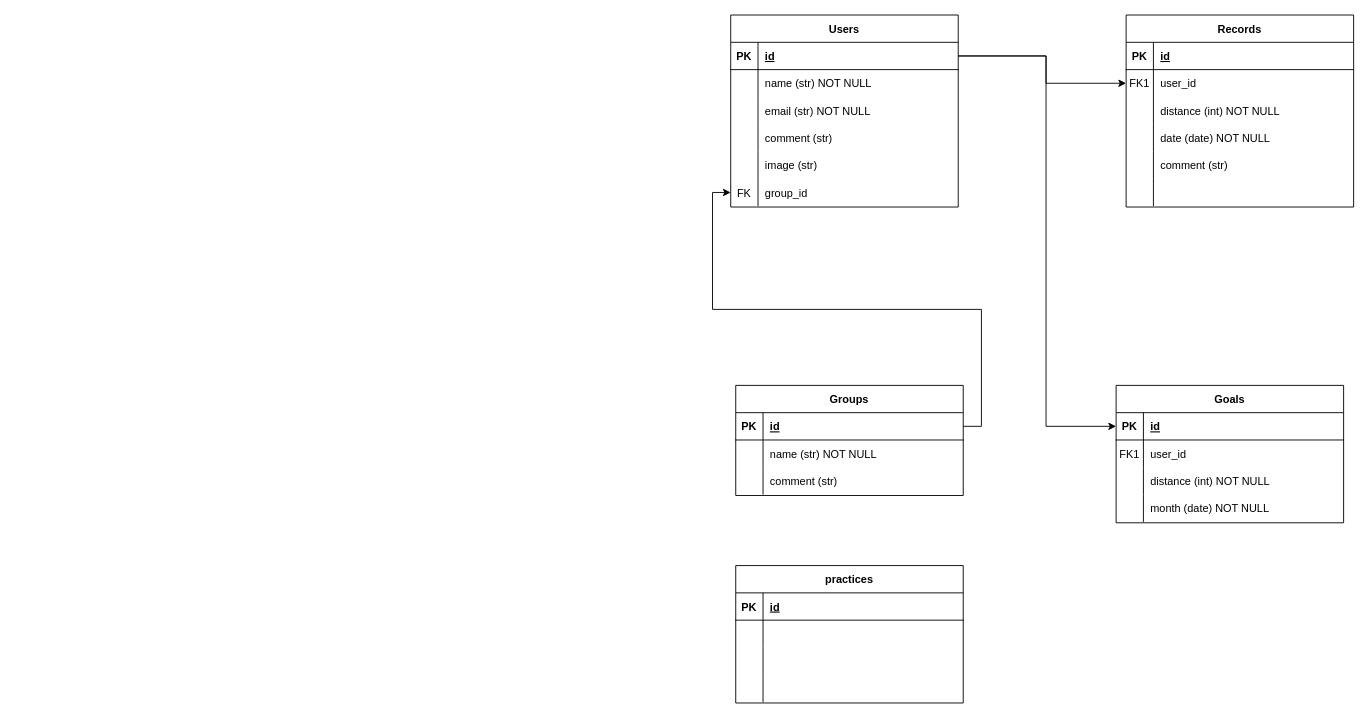
This is 00 Sparta/Runmates.drawio from hata-junnosuke/TIL, a draw.io file, before an edit. Source tidied: cells renumbered, new cells numbered last; positions are measured from the earlier drawing's top-left corner, leaving out a move shared by most shapes. Both pictures are drawn from the tidied source at 91%, with x=0, y=0 at pixel (731, 15).
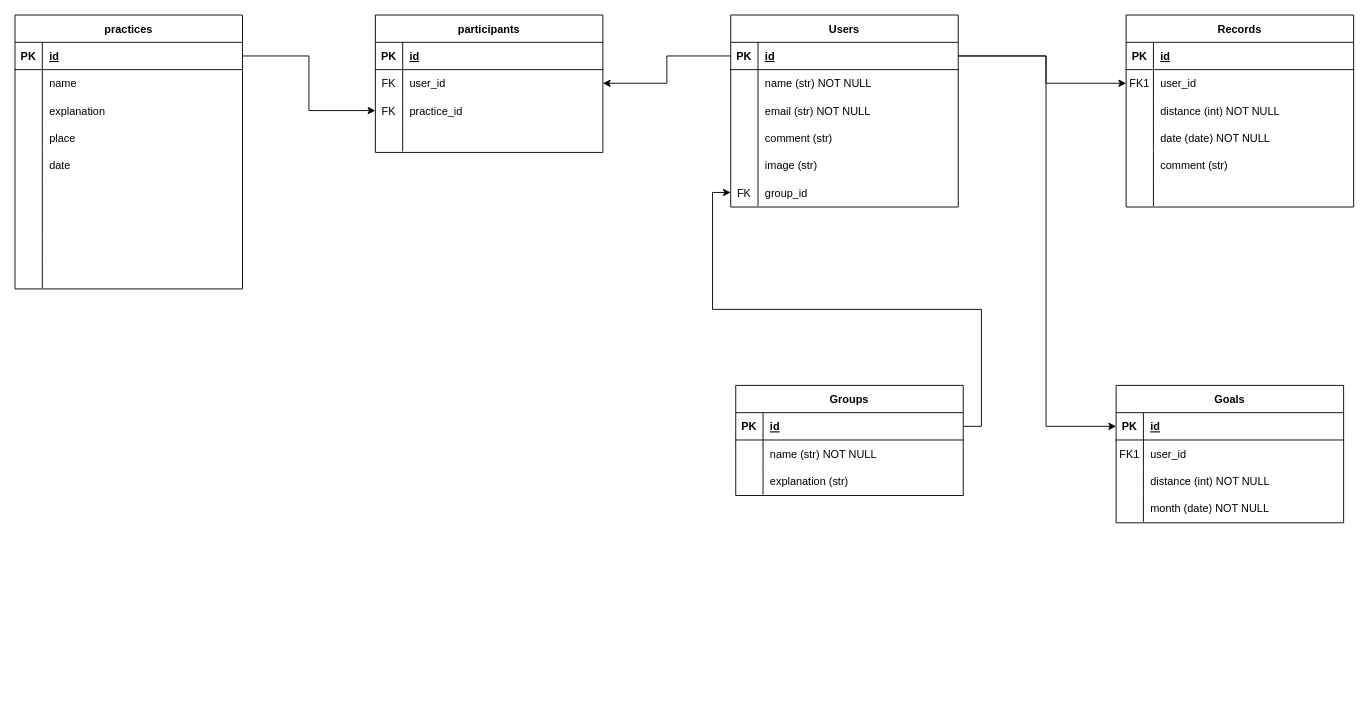
The same page after the edit.

Commit message:
Runmates.drawio を更新します

The change refers to these unchanged cells:
```xml
<mxCell id="9" style="shape=partialRectangle;fillColor=none;top=0;left=0;right=0;bottom=0;" parent="2" vertex="1">
  <mxGeometry y="90" width="250" height="30" as="geometry" />
</mxCell>
<mxCell id="26" style="shape=partialRectangle;fillColor=none;points=[[0,0.5],[1,0.5]];portConstraint=eastwest;top=0;left=0;right=0;bottom=1;" parent="25" vertex="1">
  <mxGeometry y="30" width="250" height="30" as="geometry" />
</mxCell>
<mxCell id="67" style="shape=partialRectangle;fillColor=none;points=[[0,0.5],[1,0.5]];portConstraint=eastwest;top=0;left=0;right=0;bottom=1;" parent="66" vertex="1">
  <mxGeometry y="30" width="250" height="30" as="geometry" />
</mxCell>
<mxCell id="70" style="shape=partialRectangle;fillColor=none;top=0;left=0;right=0;bottom=0;" parent="66" vertex="1">
  <mxGeometry y="60" width="250" height="30" as="geometry" />
</mxCell>
<mxCell id="73" style="shape=partialRectangle;fillColor=none;top=0;left=0;right=0;bottom=0;" parent="66" vertex="1">
  <mxGeometry y="90" width="250" height="30" as="geometry" />
</mxCell>
<mxCell id="76" style="shape=partialRectangle;fillColor=none;top=0;left=0;right=0;bottom=0;" parent="66" vertex="1">
  <mxGeometry y="120" width="250" height="30" as="geometry" />
</mxCell>
```

The edit, as a diff of the source:
```diff
@@
-    <mxCell id="11" value="comment (str)" style="shape=partialRectangle;overflow=hidden;fillColor=none;top=0;left=0;bottom=0;right=0;align=left;spacingLeft=6;" parent="9" vertex="1">
+    <mxCell id="11" value="explanation (str)" style="shape=partialRectangle;overflow=hidden;fillColor=none;top=0;left=0;bottom=0;right=0;align=left;spacingLeft=6;" parent="9" vertex="1">
       <mxGeometry x="30" width="220" height="30" as="geometry" />
     </mxCell>
@@
     <mxCell id="66" value="practices" style="shape=table;startSize=30;childLayout=tableLayout;rowLines=0;fontStyle=1;align=center;" parent="1" vertex="1">
-      <mxGeometry x="5" y="605" width="250" height="151" as="geometry" />
+      <mxGeometry x="-787" width="250" height="301" as="geometry" />
     </mxCell>
@@
-    <mxCell id="72" style="shape=partialRectangle;overflow=hidden;fillColor=none;top=0;left=0;bottom=0;right=0;align=left;spacingLeft=6;" parent="70" vertex="1">
+    <mxCell id="72" value="name" style="shape=partialRectangle;overflow=hidden;fillColor=none;top=0;left=0;bottom=0;right=0;align=left;spacingLeft=6;" parent="70" vertex="1">
       <mxGeometry x="30" width="220" height="30" as="geometry" />
     </mxCell>
@@
-    <mxCell id="75" style="shape=partialRectangle;overflow=hidden;fillColor=none;top=0;left=0;bottom=0;right=0;align=left;spacingLeft=6;" parent="73" vertex="1">
+    <mxCell id="75" value="explanation" style="shape=partialRectangle;overflow=hidden;fillColor=none;top=0;left=0;bottom=0;right=0;align=left;spacingLeft=6;" parent="73" vertex="1">
       <mxGeometry x="30" width="220" height="30" as="geometry" />
     </mxCell>
@@
-    <mxCell id="78" style="shape=partialRectangle;overflow=hidden;fillColor=none;top=0;left=0;bottom=0;right=0;align=left;spacingLeft=6;" parent="76" vertex="1">
+    <mxCell id="78" value="place" style="shape=partialRectangle;overflow=hidden;fillColor=none;top=0;left=0;bottom=0;right=0;align=left;spacingLeft=6;" parent="76" vertex="1">
       <mxGeometry x="30" width="220" height="30" as="geometry" />
     </mxCell>
+    <mxCell id="79" style="shape=partialRectangle;fillColor=none;top=0;left=0;right=0;bottom=0;" parent="66" vertex="1">
+      <mxGeometry y="150" width="250" height="30" as="geometry" />
+    </mxCell>
+    <mxCell id="80" style="shape=partialRectangle;overflow=hidden;fillColor=none;top=0;left=0;bottom=0;right=0;" parent="79" vertex="1">
+      <mxGeometry width="30" height="30" as="geometry" />
+    </mxCell>
+    <mxCell id="81" value="date" style="shape=partialRectangle;overflow=hidden;fillColor=none;top=0;left=0;bottom=0;right=0;align=left;spacingLeft=6;" parent="79" vertex="1">
+      <mxGeometry x="30" width="220" height="30" as="geometry" />
+    </mxCell>
+    <mxCell id="82" style="shape=partialRectangle;fillColor=none;top=0;left=0;right=0;bottom=0;" parent="66" vertex="1">
+      <mxGeometry y="180" width="250" height="30" as="geometry" />
+    </mxCell>
+    <mxCell id="83" style="shape=partialRectangle;overflow=hidden;fillColor=none;top=0;left=0;bottom=0;right=0;" parent="82" vertex="1">
+      <mxGeometry width="30" height="30" as="geometry" />
+    </mxCell>
+    <mxCell id="84" style="shape=partialRectangle;overflow=hidden;fillColor=none;top=0;left=0;bottom=0;right=0;align=left;spacingLeft=6;" parent="82" vertex="1">
+      <mxGeometry x="30" width="220" height="30" as="geometry" />
+    </mxCell>
+    <mxCell id="85" style="shape=partialRectangle;fillColor=none;top=0;left=0;right=0;bottom=0;" parent="66" vertex="1">
+      <mxGeometry y="210" width="250" height="30" as="geometry" />
+    </mxCell>
+    <mxCell id="86" style="shape=partialRectangle;overflow=hidden;fillColor=none;top=0;left=0;bottom=0;right=0;" parent="85" vertex="1">
+      <mxGeometry width="30" height="30" as="geometry" />
+    </mxCell>
+    <mxCell id="87" style="shape=partialRectangle;overflow=hidden;fillColor=none;top=0;left=0;bottom=0;right=0;align=left;spacingLeft=6;" parent="85" vertex="1">
+      <mxGeometry x="30" width="220" height="30" as="geometry" />
+    </mxCell>
+    <mxCell id="88" style="shape=partialRectangle;fillColor=none;top=0;left=0;right=0;bottom=0;" parent="66" vertex="1">
+      <mxGeometry y="240" width="250" height="30" as="geometry" />
+    </mxCell>
+    <mxCell id="89" style="shape=partialRectangle;overflow=hidden;fillColor=none;top=0;left=0;bottom=0;right=0;" parent="88" vertex="1">
+      <mxGeometry width="30" height="30" as="geometry" />
+    </mxCell>
+    <mxCell id="90" style="shape=partialRectangle;overflow=hidden;fillColor=none;top=0;left=0;bottom=0;right=0;align=left;spacingLeft=6;" parent="88" vertex="1">
+      <mxGeometry x="30" width="220" height="30" as="geometry" />
+    </mxCell>
+    <mxCell id="91" style="shape=partialRectangle;fillColor=none;top=0;left=0;right=0;bottom=0;" parent="66" vertex="1">
+      <mxGeometry y="270" width="250" height="30" as="geometry" />
+    </mxCell>
+    <mxCell id="92" style="shape=partialRectangle;overflow=hidden;fillColor=none;top=0;left=0;bottom=0;right=0;" parent="91" vertex="1">
+      <mxGeometry width="30" height="30" as="geometry" />
+    </mxCell>
+    <mxCell id="93" style="shape=partialRectangle;overflow=hidden;fillColor=none;top=0;left=0;bottom=0;right=0;align=left;spacingLeft=6;" parent="91" vertex="1">
+      <mxGeometry x="30" width="220" height="30" as="geometry" />
+    </mxCell>
+    <mxCell id="94" value="participants" style="shape=table;startSize=30;childLayout=tableLayout;rowLines=0;fontStyle=1;align=center;" parent="1" vertex="1">
+      <mxGeometry x="-391" width="250" height="151" as="geometry" />
+    </mxCell>
+    <mxCell id="95" style="shape=partialRectangle;fillColor=none;top=0;left=0;right=0;bottom=1;" parent="94" vertex="1">
+      <mxGeometry y="30" width="250" height="30" as="geometry" />
+    </mxCell>
+    <mxCell id="96" value="PK" style="shape=partialRectangle;overflow=hidden;fillColor=none;top=0;left=0;bottom=0;right=0;fontStyle=1;" parent="95" vertex="1">
+      <mxGeometry width="30" height="30" as="geometry" />
+    </mxCell>
+    <mxCell id="97" value="id" style="shape=partialRectangle;overflow=hidden;fillColor=none;top=0;left=0;bottom=0;right=0;align=left;spacingLeft=6;fontStyle=5;" parent="95" vertex="1">
+      <mxGeometry x="30" width="220" height="30" as="geometry" />
+    </mxCell>
+    <mxCell id="98" style="shape=partialRectangle;fillColor=none;points=[[0,0.5],[1,0.5]];portConstraint=eastwest;top=0;left=0;right=0;bottom=0;" parent="94" vertex="1">
+      <mxGeometry y="60" width="250" height="30" as="geometry" />
+    </mxCell>
+    <mxCell id="99" value="FK" style="shape=partialRectangle;overflow=hidden;fillColor=none;top=0;left=0;bottom=0;right=0;" parent="98" vertex="1">
+      <mxGeometry width="30" height="30" as="geometry" />
+    </mxCell>
+    <mxCell id="100" value="user_id" style="shape=partialRectangle;overflow=hidden;fillColor=none;top=0;left=0;bottom=0;right=0;align=left;spacingLeft=6;" parent="98" vertex="1">
+      <mxGeometry x="30" width="220" height="30" as="geometry" />
+    </mxCell>
+    <mxCell id="101" style="shape=partialRectangle;fillColor=none;points=[[0,0.5],[1,0.5]];portConstraint=eastwest;top=0;left=0;right=0;bottom=0;" parent="94" vertex="1">
+      <mxGeometry y="90" width="250" height="30" as="geometry" />
+    </mxCell>
+    <mxCell id="102" value="FK" style="shape=partialRectangle;overflow=hidden;fillColor=none;top=0;left=0;bottom=0;right=0;" parent="101" vertex="1">
+      <mxGeometry width="30" height="30" as="geometry" />
+    </mxCell>
+    <mxCell id="103" value="practice_id" style="shape=partialRectangle;overflow=hidden;fillColor=none;top=0;left=0;bottom=0;right=0;align=left;spacingLeft=6;" parent="101" vertex="1">
+      <mxGeometry x="30" width="220" height="30" as="geometry" />
+    </mxCell>
+    <mxCell id="104" style="shape=partialRectangle;fillColor=none;top=0;left=0;right=0;bottom=0;" parent="94" vertex="1">
+      <mxGeometry y="120" width="250" height="30" as="geometry" />
+    </mxCell>
+    <mxCell id="105" style="shape=partialRectangle;overflow=hidden;fillColor=none;top=0;left=0;bottom=0;right=0;" parent="104" vertex="1">
+      <mxGeometry width="30" height="30" as="geometry" />
+    </mxCell>
+    <mxCell id="106" style="shape=partialRectangle;overflow=hidden;fillColor=none;top=0;left=0;bottom=0;right=0;align=left;spacingLeft=6;" parent="104" vertex="1">
+      <mxGeometry x="30" width="220" height="30" as="geometry" />
+    </mxCell>
+    <mxCell id="107" style="edgeStyle=orthogonalEdgeStyle;rounded=0;jettySize=auto;html=1;exitX=1;exitY=0.5;exitDx=0;exitDy=0;entryX=0;entryY=0.5;entryDx=0;entryDy=0;" parent="1" edge="1" source="67" target="101">
+      <mxGeometry relative="1" as="geometry" />
+    </mxCell>
+    <mxCell id="108" style="edgeStyle=orthogonalEdgeStyle;rounded=0;jettySize=auto;html=1;exitX=0;exitY=0.5;exitDx=0;exitDy=0;entryX=1;entryY=0.5;entryDx=0;entryDy=0;" parent="1" edge="1" source="26" target="98">
+      <mxGeometry relative="1" as="geometry" />
+    </mxCell>
```
